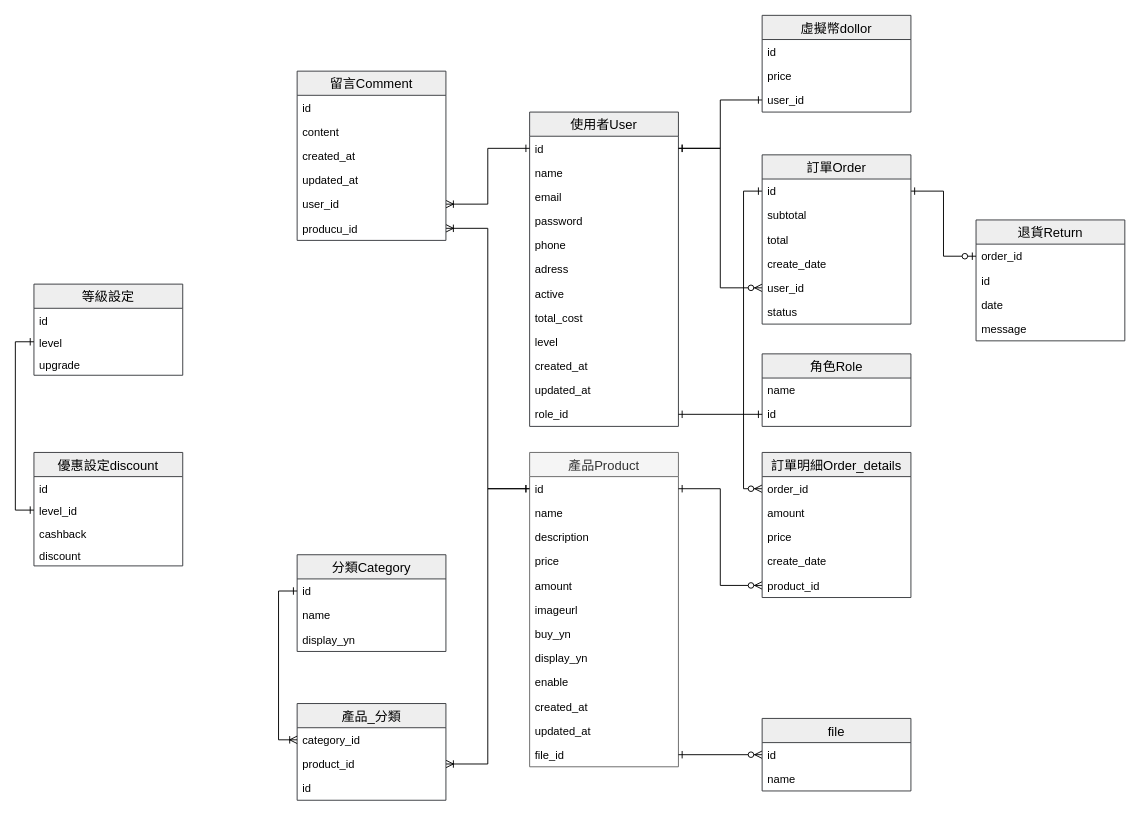
Earlier version of the draw.io diagram 系統規劃/購物網資料庫設計.drawio (Shenyoyo/ShoppingWeb). Source tidied: cells renumbered, new cells numbered last; positions are measured from the earlier drawing's top-left corner, leaving out a move shared by most shapes. Both pictures are drawn from the tidied source at 93%, with x=0, y=0 at pixel (33, 15).
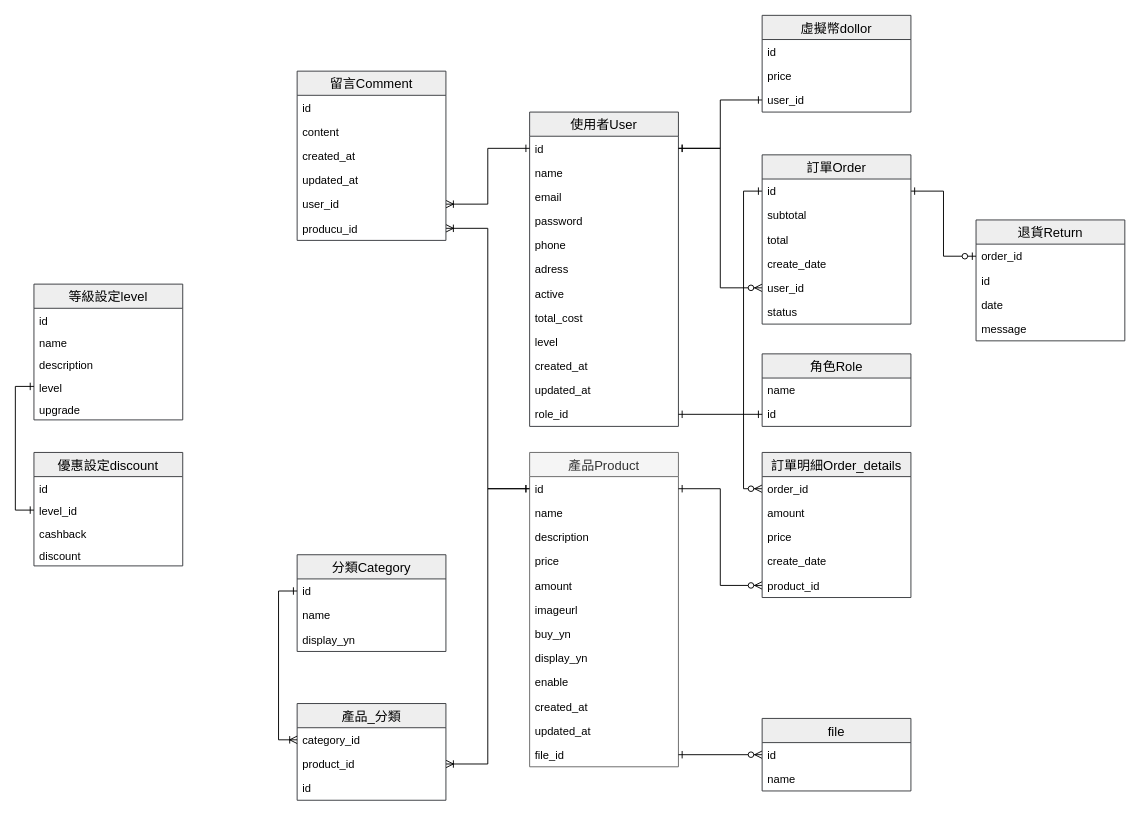
The same page after the edit.

What changed in the source:
```diff
@@
-    <mxCell id="63" value="等級設定" style="swimlane;fontStyle=0;horizontal=1;startSize=26;align=center;fontSize=14;swimlaneFillColor=#ffffff;fillColor=#eeeeee;strokeColor=#36393d;" parent="1" vertex="1">
-      <mxGeometry y="289" width="160" height="98" as="geometry" />
+    <mxCell id="63" value="等級設定level" style="swimlane;fontStyle=0;horizontal=1;startSize=26;align=center;fontSize=14;swimlaneFillColor=#ffffff;fillColor=#eeeeee;strokeColor=#36393d;" parent="1" vertex="1">
+      <mxGeometry y="289" width="160" height="146" as="geometry" />
     </mxCell>
@@
+    <mxCell id="92" value="name" style="text;strokeColor=none;fillColor=none;spacingLeft=4;spacingRight=4;overflow=hidden;fontSize=12;" parent="63" vertex="1">
+      <mxGeometry y="50" width="160" height="24" as="geometry" />
+    </mxCell>
+    <mxCell id="93" value="description" style="text;strokeColor=none;fillColor=none;spacingLeft=4;spacingRight=4;overflow=hidden;fontSize=12;" parent="63" vertex="1">
+      <mxGeometry y="74" width="160" height="24" as="geometry" />
+    </mxCell>
     <mxCell id="65" value="level" style="text;strokeColor=none;fillColor=none;spacingLeft=4;spacingRight=4;overflow=hidden;points=[[0,0.5],[1,0.5]];portConstraint=eastwest;fontSize=12;" parent="63" vertex="1">
-      <mxGeometry y="50" width="160" height="24" as="geometry" />
+      <mxGeometry y="98" width="160" height="24" as="geometry" />
     </mxCell>
     <mxCell id="66" value="upgrade" style="text;strokeColor=none;fillColor=none;spacingLeft=4;spacingRight=4;overflow=hidden;fontSize=12;" parent="63" vertex="1">
-      <mxGeometry y="74" width="160" height="24" as="geometry" />
+      <mxGeometry y="122" width="160" height="24" as="geometry" />
     </mxCell>
```
